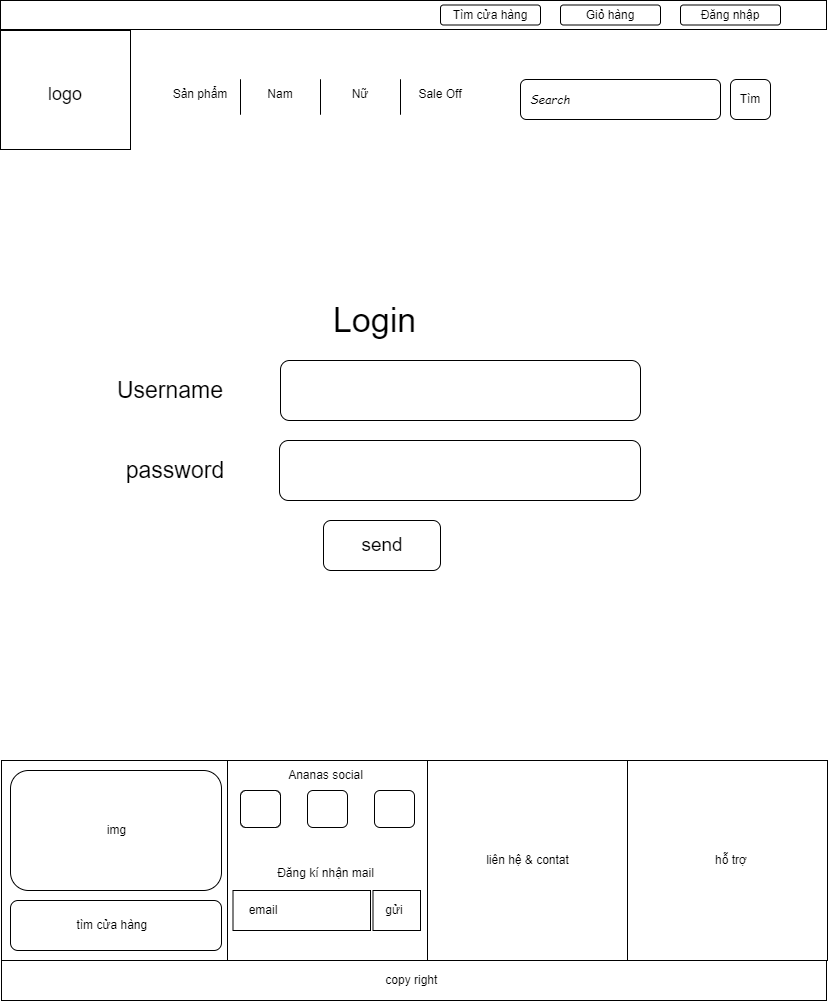
Before: assignment/img/contact(desktop).png, a diagram exported from draw.io (z3dat/web106_ph36652). Source tidied: cells renumbered, new cells last; positions are measured from the earlier drawing's top-left corner, leaving out a move shared by most shapes.
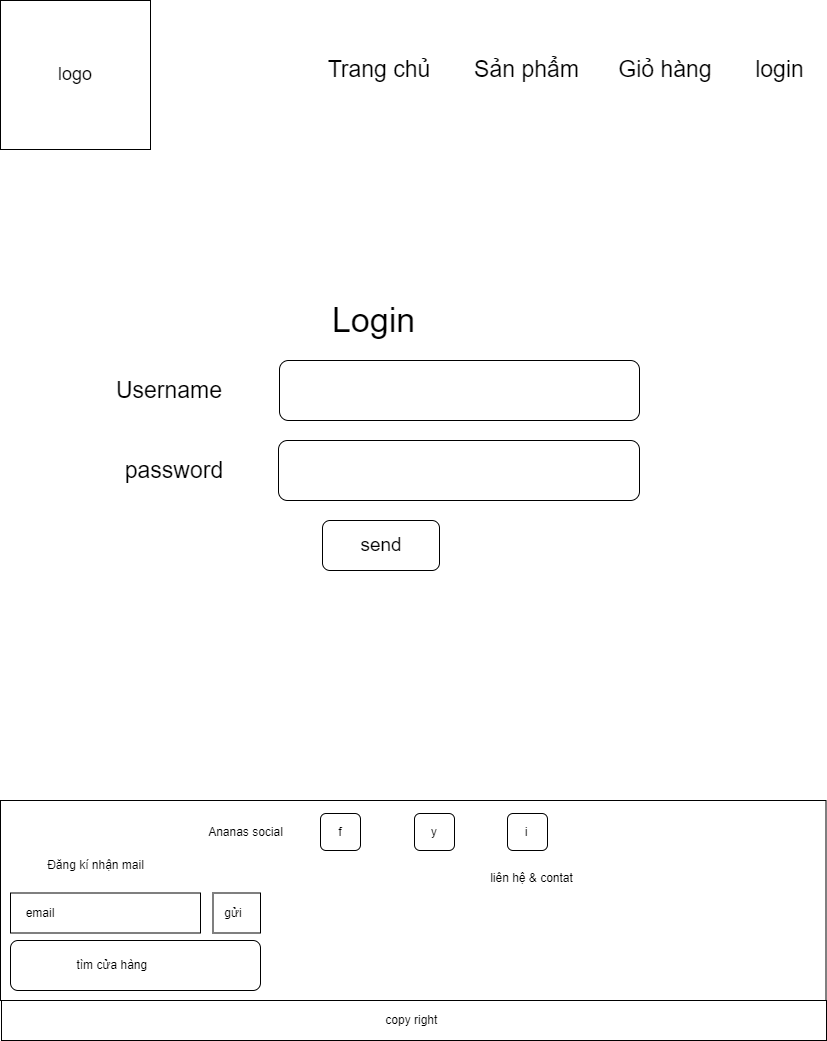
After the commit.

The edit, as a diff of the source:
```diff
@@ -2,87 +2,6 @@
   <root>
     <mxCell id="0" />
     <mxCell id="1" parent="0" />
-    <mxCell id="2" style="rounded=0;whiteSpace=wrap;html=1;" parent="1" vertex="1">
-      <mxGeometry width="826" height="29" as="geometry" />
-    </mxCell>
-    <mxCell id="3" style="rounded=1;whiteSpace=wrap;html=1;" parent="1" vertex="1">
-      <mxGeometry x="680" y="4.5" width="100" height="20" as="geometry" />
-    </mxCell>
-    <mxCell id="4" style="rounded=1;whiteSpace=wrap;html=1;" parent="1" vertex="1">
-      <mxGeometry x="560" y="4.5" width="100" height="20" as="geometry" />
-    </mxCell>
-    <mxCell id="5" style="rounded=1;whiteSpace=wrap;html=1;" parent="1" vertex="1">
-      <mxGeometry x="440" y="4.5" width="100" height="20" as="geometry" />
-    </mxCell>
-    <mxCell id="6" style="edgeStyle=orthogonalEdgeStyle;rounded=0;orthogonalLoop=1;jettySize=auto;html=1;exitX=0.5;exitY=1;exitDx=0;exitDy=0;" parent="1" edge="1" source="3" target="3">
-      <mxGeometry relative="1" as="geometry" />
-    </mxCell>
-    <mxCell id="7" value="Tìm cửa hàng" style="text;html=1;strokeColor=none;fillColor=none;align=center;verticalAlign=middle;whiteSpace=wrap;rounded=0;" parent="1" vertex="1">
-      <mxGeometry x="450" width="80" height="30" as="geometry" />
-    </mxCell>
-    <mxCell id="8" value="Giỏ hàng" style="text;html=1;strokeColor=none;fillColor=none;align=center;verticalAlign=middle;whiteSpace=wrap;rounded=0;" parent="1" vertex="1">
-      <mxGeometry x="570" width="80" height="30" as="geometry" />
-    </mxCell>
-    <mxCell id="9" value="Đăng nhập" style="text;html=1;strokeColor=none;fillColor=none;align=center;verticalAlign=middle;whiteSpace=wrap;rounded=0;" parent="1" vertex="1">
-      <mxGeometry x="690" width="80" height="30" as="geometry" />
-    </mxCell>
-    <mxCell id="10" style="rounded=0;whiteSpace=wrap;html=1;" parent="1" vertex="1">
-      <mxGeometry y="30" width="130" height="119" as="geometry" />
-    </mxCell>
-    <mxCell id="11" style="rounded=1;whiteSpace=wrap;html=1;" parent="1" vertex="1">
-      <mxGeometry x="520" y="79" width="200" height="40" as="geometry" />
-    </mxCell>
-    <mxCell id="12" style="rounded=1;whiteSpace=wrap;html=1;" parent="1" vertex="1">
-      <mxGeometry x="730" y="79" width="40" height="40" as="geometry" />
-    </mxCell>
-    <mxCell id="13" value="Sản phẩm" style="text;html=1;strokeColor=none;fillColor=none;align=center;verticalAlign=middle;whiteSpace=wrap;rounded=0;" parent="1" vertex="1">
-      <mxGeometry x="160" y="79" width="80" height="30" as="geometry" />
-    </mxCell>
-    <mxCell id="14" value="Nam" style="text;html=1;strokeColor=none;fillColor=none;align=center;verticalAlign=middle;whiteSpace=wrap;rounded=0;" parent="1" vertex="1">
-      <mxGeometry x="240" y="79" width="80" height="30" as="geometry" />
-    </mxCell>
-    <mxCell id="15" value="Nữ" style="text;html=1;strokeColor=none;fillColor=none;align=center;verticalAlign=middle;whiteSpace=wrap;rounded=0;" parent="1" vertex="1">
-      <mxGeometry x="320" y="79" width="80" height="30" as="geometry" />
-    </mxCell>
-    <mxCell id="16" value="Sale Off" style="text;html=1;strokeColor=none;fillColor=none;align=center;verticalAlign=middle;whiteSpace=wrap;rounded=0;" parent="1" vertex="1">
-      <mxGeometry x="400" y="79" width="80" height="30" as="geometry" />
-    </mxCell>
-    <mxCell id="17" style="endArrow=none;html=1;rounded=0;" parent="1" edge="1">
-      <mxGeometry relative="1" as="geometry">
-        <mxPoint x="240" y="114" as="sourcePoint" />
-        <mxPoint x="240" y="114" as="targetPoint" />
-        <Array as="points">
-          <mxPoint x="240" y="79" />
-        </Array>
-      </mxGeometry>
-    </mxCell>
-    <mxCell id="18" style="endArrow=none;html=1;rounded=0;" parent="1" edge="1">
-      <mxGeometry relative="1" as="geometry">
-        <mxPoint x="320" y="114" as="sourcePoint" />
-        <mxPoint x="320" y="114" as="targetPoint" />
-        <Array as="points">
-          <mxPoint x="320" y="79" />
-        </Array>
-      </mxGeometry>
-    </mxCell>
-    <mxCell id="19" style="endArrow=none;html=1;rounded=0;" parent="1" edge="1">
-      <mxGeometry relative="1" as="geometry">
-        <mxPoint x="400" y="114" as="sourcePoint" />
-        <mxPoint x="400" y="114" as="targetPoint" />
-        <Array as="points">
-          <mxPoint x="400" y="79" />
-        </Array>
-      </mxGeometry>
-    </mxCell>
-    <mxCell id="20" value="&lt;font style=&quot;font-size: 18px;&quot;&gt;logo&lt;/font&gt;" style="text;html=1;strokeColor=none;fillColor=none;align=center;verticalAlign=middle;whiteSpace=wrap;rounded=0;" parent="1" vertex="1">
-      <mxGeometry x="35" y="79" width="60" height="30" as="geometry" />
-    </mxCell>
-    <mxCell id="21" value="Tìm" style="text;html=1;strokeColor=none;fillColor=none;align=center;verticalAlign=middle;whiteSpace=wrap;rounded=0;" parent="1" vertex="1">
-      <mxGeometry x="720" y="84" width="60" height="30" as="geometry" />
-    </mxCell>
-    <mxCell id="22" value="Search" style="text;html=1;strokeColor=none;fillColor=none;align=center;verticalAlign=middle;whiteSpace=wrap;rounded=0;fontStyle=2;fontFamily=Comic Sans MS;" parent="1" vertex="1">
-      <mxGeometry x="520" y="84" width="60" height="30" as="geometry" />
-    </mxCell>
     <mxCell id="23" value="Login" style="text;html=1;strokeColor=none;fillColor=none;align=center;verticalAlign=middle;whiteSpace=wrap;rounded=0;fontSize=34;" parent="1" vertex="1">
       <mxGeometry x="336" y="300" width="77" height="40" as="geometry" />
     </mxCell>
@@ -107,68 +26,77 @@
     <mxCell id="30" style="edgeStyle=orthogonalEdgeStyle;rounded=0;orthogonalLoop=1;jettySize=auto;html=1;exitX=0.5;exitY=1;exitDx=0;exitDy=0;" parent="1" edge="1" source="24" target="24">
       <mxGeometry relative="1" as="geometry" />
     </mxCell>
-    <mxCell id="31" style="rounded=0;whiteSpace=wrap;html=1;" parent="1" vertex="1">
-      <mxGeometry x="1" y="760" width="230" height="200" as="geometry" />
-    </mxCell>
-    <mxCell id="32" style="rounded=0;whiteSpace=wrap;html=1;" parent="1" vertex="1">
-      <mxGeometry x="227" y="760" width="200" height="200" as="geometry" />
-    </mxCell>
-    <mxCell id="33" style="rounded=0;whiteSpace=wrap;html=1;" parent="1" vertex="1">
-      <mxGeometry x="627" y="760" width="200" height="200" as="geometry" />
-    </mxCell>
-    <mxCell id="34" style="rounded=0;whiteSpace=wrap;html=1;" parent="1" vertex="1">
-      <mxGeometry x="427" y="760" width="200" height="200" as="geometry" />
-    </mxCell>
-    <mxCell id="35" style="rounded=1;whiteSpace=wrap;html=1;" parent="1" vertex="1">
-      <mxGeometry x="10" y="770" width="211" height="120" as="geometry" />
-    </mxCell>
-    <mxCell id="36" value="img" style="text;html=1;strokeColor=none;fillColor=none;align=center;verticalAlign=middle;whiteSpace=wrap;rounded=0;" parent="1" vertex="1">
-      <mxGeometry x="68.5" y="802.5" width="95" height="55" as="geometry" />
-    </mxCell>
-    <mxCell id="37" style="rounded=1;whiteSpace=wrap;html=1;" parent="1" vertex="1">
-      <mxGeometry x="10" y="900" width="211" height="50" as="geometry" />
-    </mxCell>
+    <mxCell id="52" style="rounded=0;whiteSpace=wrap;html=1;" parent="1" vertex="1">
+      <mxGeometry x="1" width="150" height="149" as="geometry" />
+    </mxCell>
+    <mxCell id="53" value="login" style="text;html=1;strokeColor=none;fillColor=none;align=center;verticalAlign=middle;whiteSpace=wrap;rounded=0;fontSize=23;" parent="1" vertex="1">
+      <mxGeometry x="734" y="49.2" width="93" height="40" as="geometry" />
+    </mxCell>
+    <mxCell id="20" value="&lt;font style=&quot;font-size: 18px;&quot;&gt;logo&lt;/font&gt;" style="text;html=1;strokeColor=none;fillColor=none;align=center;verticalAlign=middle;whiteSpace=wrap;rounded=0;" parent="1" vertex="1">
+      <mxGeometry x="45.5" y="59.2" width="60" height="30" as="geometry" />
+    </mxCell>
+    <mxCell id="8" value="Giỏ hàng" style="text;html=1;strokeColor=none;fillColor=none;align=center;verticalAlign=middle;whiteSpace=wrap;rounded=0;fontSize=23;" parent="1" vertex="1">
+      <mxGeometry x="610.5" y="49.2" width="109.5" height="40" as="geometry" />
+    </mxCell>
+    <mxCell id="13" value="Sản phẩm" style="text;html=1;strokeColor=none;fillColor=none;align=center;verticalAlign=middle;whiteSpace=wrap;rounded=0;fontSize=23;" parent="1" vertex="1">
+      <mxGeometry x="470.5" y="49.2" width="113" height="40" as="geometry" />
+    </mxCell>
+    <mxCell id="54" value="Trang chủ" style="text;html=1;strokeColor=none;fillColor=none;align=center;verticalAlign=middle;whiteSpace=wrap;rounded=0;fontSize=23;" parent="1" vertex="1">
+      <mxGeometry x="320" y="49.2" width="120" height="40" as="geometry" />
+    </mxCell>
+    <mxCell id="55" style="rounded=0;whiteSpace=wrap;html=1;" parent="1" vertex="1">
+      <mxGeometry x="1" y="800" width="825.5" height="200" as="geometry" />
+    </mxCell>
+    <mxCell id="56" style="rounded=1;whiteSpace=wrap;html=1;" parent="1" vertex="1">
+      <mxGeometry x="11" y="940" width="250" height="50" as="geometry" />
+    </mxCell>
     <mxCell id="38" value="tìm cửa hàng&amp;nbsp;" style="text;html=1;strokeColor=none;fillColor=none;align=center;verticalAlign=middle;whiteSpace=wrap;rounded=0;" parent="1" vertex="1">
-      <mxGeometry x="67" y="910" width="93" height="30" as="geometry" />
+      <mxGeometry x="68" y="950" width="93" height="30" as="geometry" />
     </mxCell>
     <mxCell id="39" value="Ananas social" style="text;html=1;strokeColor=none;fillColor=none;align=center;verticalAlign=middle;whiteSpace=wrap;rounded=0;" parent="1" vertex="1">
-      <mxGeometry x="231" y="760" width="189" height="30" as="geometry" />
+      <mxGeometry x="152" y="816.5" width="189" height="30" as="geometry" />
     </mxCell>
     <mxCell id="40" value="liên hệ &amp;amp; contat" style="text;html=1;strokeColor=none;fillColor=none;align=center;verticalAlign=middle;whiteSpace=wrap;rounded=0;" parent="1" vertex="1">
-      <mxGeometry x="483.5" y="845" width="87" height="30" as="geometry" />
+      <mxGeometry x="489" y="862.5" width="87" height="30" as="geometry" />
     </mxCell>
-    <mxCell id="41" value="hỗ trợ" style="text;html=1;strokeColor=none;fillColor=none;align=center;verticalAlign=middle;whiteSpace=wrap;rounded=0;" parent="1" vertex="1">
-      <mxGeometry x="701" y="845" width="60" height="30" as="geometry" />
-    </mxCell>
-    <mxCell id="42" style="rounded=0;whiteSpace=wrap;html=1;" parent="1" vertex="1">
-      <mxGeometry x="1" y="960" width="825" height="40" as="geometry" />
-    </mxCell>
+    <mxCell id="57" style="rounded=0;whiteSpace=wrap;html=1;" parent="1" vertex="1">
+      <mxGeometry x="2" y="1000" width="825" height="40" as="geometry" />
+    </mxCell>
     <mxCell id="43" value="copy right&amp;nbsp;" style="text;html=1;strokeColor=none;fillColor=none;align=center;verticalAlign=middle;whiteSpace=wrap;rounded=0;" parent="1" vertex="1">
-      <mxGeometry x="383" y="965" width="60" height="30" as="geometry" />
+      <mxGeometry x="384" y="1005" width="60" height="30" as="geometry" />
     </mxCell>
-    <mxCell id="44" style="rounded=1;whiteSpace=wrap;html=1;" parent="1" vertex="1">
-      <mxGeometry x="240" y="790" width="40" height="37" as="geometry" />
-    </mxCell>
-    <mxCell id="45" style="rounded=1;whiteSpace=wrap;html=1;" parent="1" vertex="1">
-      <mxGeometry x="307" y="790" width="40" height="37" as="geometry" />
-    </mxCell>
-    <mxCell id="46" style="rounded=1;whiteSpace=wrap;html=1;" parent="1" vertex="1">
-      <mxGeometry x="374" y="790" width="40" height="37" as="geometry" />
-    </mxCell>
+    <mxCell id="58" style="rounded=1;whiteSpace=wrap;html=1;" parent="1" vertex="1">
+      <mxGeometry x="321" y="813" width="40" height="37" as="geometry" />
+    </mxCell>
+    <mxCell id="59" style="rounded=1;whiteSpace=wrap;html=1;" parent="1" vertex="1">
+      <mxGeometry x="415" y="813" width="40" height="37" as="geometry" />
+    </mxCell>
+    <mxCell id="60" style="rounded=1;whiteSpace=wrap;html=1;" parent="1" vertex="1">
+      <mxGeometry x="508" y="813" width="40" height="37" as="geometry" />
+    </mxCell>
     <mxCell id="47" value="Đăng kí nhận mail" style="text;html=1;strokeColor=none;fillColor=none;align=center;verticalAlign=middle;whiteSpace=wrap;rounded=0;" parent="1" vertex="1">
-      <mxGeometry x="231" y="857.5" width="189" height="30" as="geometry" />
+      <mxGeometry x="2" y="850" width="189" height="30" as="geometry" />
     </mxCell>
-    <mxCell id="48" style="rounded=0;whiteSpace=wrap;html=1;" parent="1" vertex="1">
-      <mxGeometry x="232.5" y="890" width="137.5" height="40" as="geometry" />
-    </mxCell>
-    <mxCell id="49" style="rounded=0;whiteSpace=wrap;html=1;" parent="1" vertex="1">
-      <mxGeometry x="372.5" y="890" width="47.5" height="40" as="geometry" />
-    </mxCell>
+    <mxCell id="61" style="rounded=0;whiteSpace=wrap;html=1;" parent="1" vertex="1">
+      <mxGeometry x="11" y="892.5" width="190" height="40" as="geometry" />
+    </mxCell>
+    <mxCell id="62" style="rounded=0;whiteSpace=wrap;html=1;" parent="1" vertex="1">
+      <mxGeometry x="213.5" y="892.5" width="47.5" height="40" as="geometry" />
+    </mxCell>
     <mxCell id="50" value="email" style="text;html=1;strokeColor=none;fillColor=none;align=center;verticalAlign=middle;whiteSpace=wrap;rounded=0;" parent="1" vertex="1">
-      <mxGeometry x="232.5" y="895" width="60" height="30" as="geometry" />
+      <mxGeometry x="11" y="897.5" width="60" height="30" as="geometry" />
     </mxCell>
     <mxCell id="51" value="gửi" style="text;html=1;strokeColor=none;fillColor=none;align=center;verticalAlign=middle;whiteSpace=wrap;rounded=0;" parent="1" vertex="1">
-      <mxGeometry x="364" y="895" width="60" height="30" as="geometry" />
+      <mxGeometry x="204" y="897.5" width="60" height="30" as="geometry" />
     </mxCell>
+    <mxCell id="63" value="f" style="text;html=1;strokeColor=none;fillColor=none;align=center;verticalAlign=middle;whiteSpace=wrap;rounded=0;" parent="1" vertex="1">
+      <mxGeometry x="311" y="817" width="60" height="30" as="geometry" />
+    </mxCell>
+    <mxCell id="64" value="y" style="text;html=1;strokeColor=none;fillColor=none;align=center;verticalAlign=middle;whiteSpace=wrap;rounded=0;" parent="1" vertex="1">
+      <mxGeometry x="405" y="817" width="60" height="30" as="geometry" />
+    </mxCell>
+    <mxCell id="65" value="i" style="text;html=1;strokeColor=none;fillColor=none;align=center;verticalAlign=middle;whiteSpace=wrap;rounded=0;" parent="1" vertex="1">
+      <mxGeometry x="497" y="817" width="60" height="30" as="geometry" />
+    </mxCell>
   </root>
 </mxGraphModel>
```
